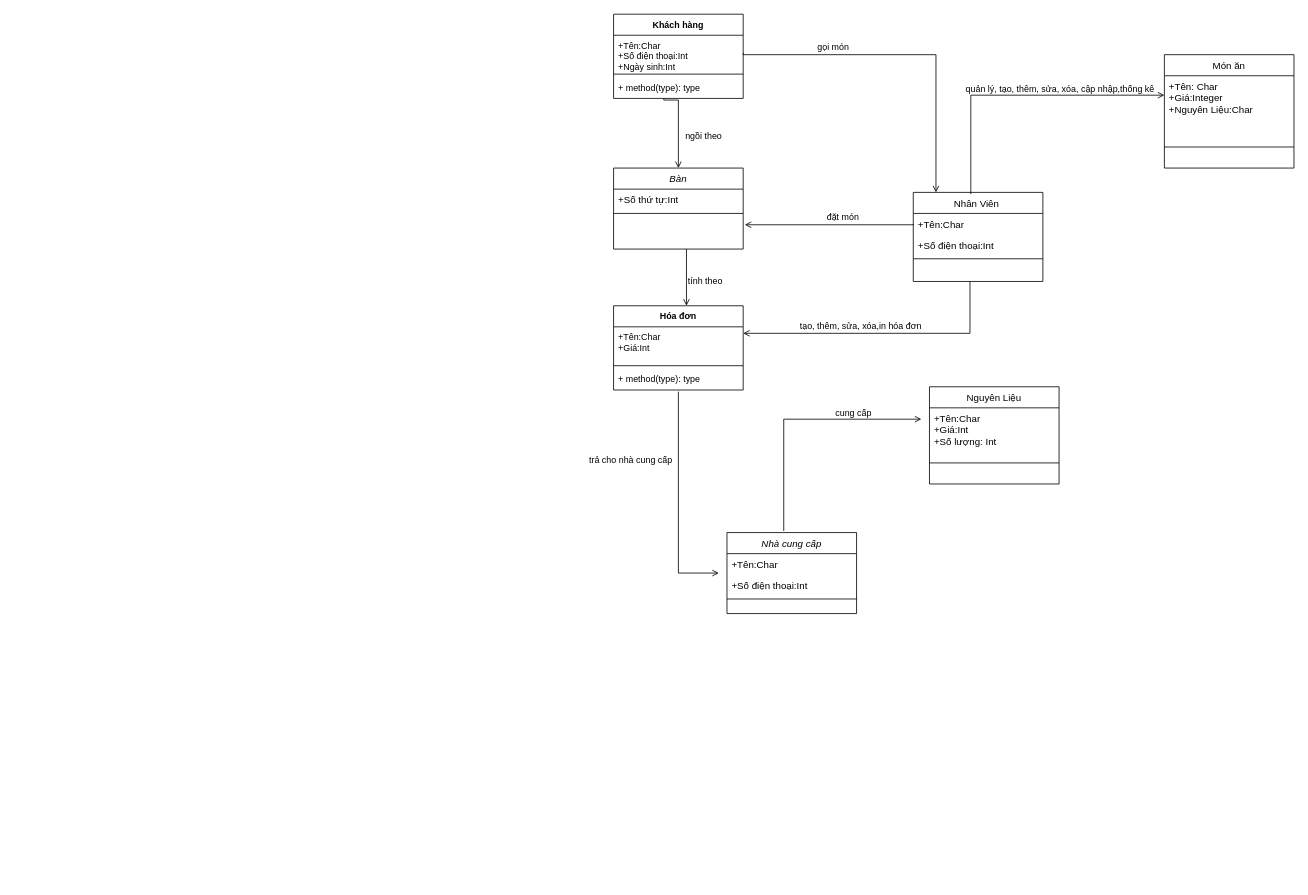
The draw.io diagram Untitled Diagram.drawio in ducvo177/Calculator, before the edit. Source tidied: cells renumbered, new cells numbered last; positions are measured from the earlier drawing's top-left corner, leaving out a move shared by most shapes. Both pictures are drawn from the tidied source at 81%, with x=0, y=0 at pixel (420, -164).
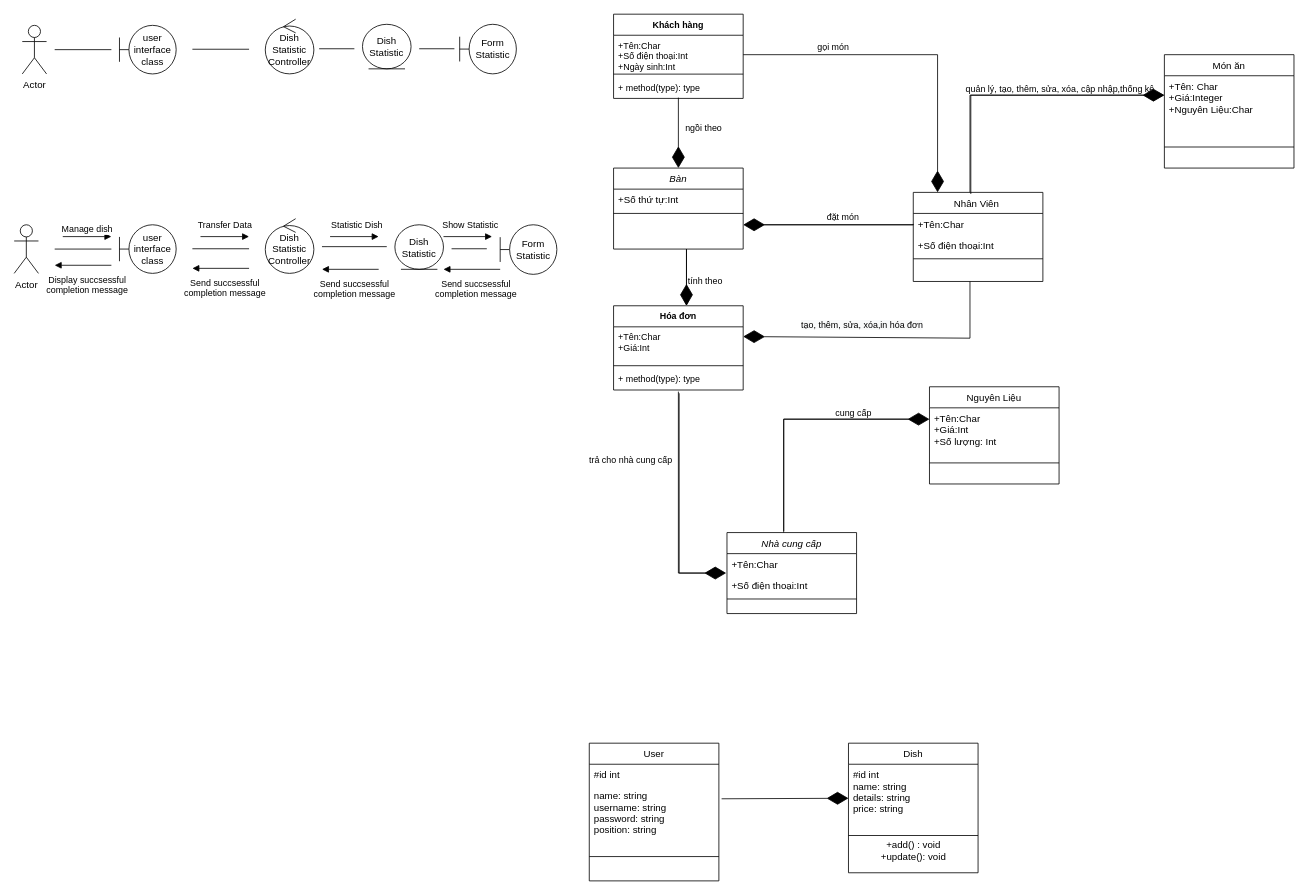
The same diagram, later.

The change refers to these unchanged cells:
```xml
<mxCell id="2" value="Nhân Viên &#10;" style="swimlane;fontStyle=0;align=center;verticalAlign=top;horizontal=1;startSize=26;rounded=0;shadow=0;strokeWidth=1;" parent="1" vertex="1">
  <mxGeometry x="608" y="440" width="160" height="110" as="geometry" />
</mxCell>
<mxCell id="7" value="+Tên:Char&#10;+Giá:Int&#10;+Số lượng: Int" style="text;align=left;verticalAlign=top;spacingLeft=4;spacingRight=4;overflow=hidden;points=[[0,0.5],[1,0.5]];portConstraint=eastwest;" parent="6" vertex="1">
  <mxGeometry y="26" width="160" height="54" as="geometry" />
</mxCell>
<mxCell id="17" value="+Tên:Char" style="text;align=left;verticalAlign=top;spacingLeft=4;spacingRight=4;overflow=hidden;points=[[0,0.5],[1,0.5]];portConstraint=eastwest;" parent="16" vertex="1">
  <mxGeometry y="26" width="160" height="26" as="geometry" />
</mxCell>
<mxCell id="25" value="+Tên:Char&#10;+Giá:Int&#10;" style="text;strokeColor=none;fillColor=none;align=left;verticalAlign=top;spacingLeft=4;spacingRight=4;overflow=hidden;points=[[0,0.5],[1,0.5]];portConstraint=eastwest;fontSize=11;" parent="24" vertex="1">
  <mxGeometry y="26" width="160" height="44" as="geometry" />
</mxCell>
<mxCell id="27" value="+ method(type): type" style="text;strokeColor=none;fillColor=none;align=left;verticalAlign=top;spacingLeft=4;spacingRight=4;overflow=hidden;points=[[0,0.5],[1,0.5]];portConstraint=eastwest;fontSize=11;" parent="24" vertex="1">
  <mxGeometry y="78" width="160" height="26" as="geometry" />
</mxCell>
<mxCell id="29" value="+Tên:Char&#10;+Số điện thoại:Int&#10;+Ngày sinh:Int" style="text;strokeColor=none;fillColor=none;align=left;verticalAlign=top;spacingLeft=4;spacingRight=4;overflow=hidden;points=[[0,0.5],[1,0.5]];portConstraint=eastwest;fontSize=11;" parent="28" vertex="1">
  <mxGeometry y="26" width="160" height="44" as="geometry" />
</mxCell>
<mxCell id="31" value="+ method(type): type" style="text;strokeColor=none;fillColor=none;align=left;verticalAlign=top;spacingLeft=4;spacingRight=4;overflow=hidden;points=[[0,0.5],[1,0.5]];portConstraint=eastwest;fontSize=11;" parent="28" vertex="1">
  <mxGeometry y="78" width="160" height="26" as="geometry" />
</mxCell>
<mxCell id="35" value="Bàn" style="swimlane;fontStyle=2;align=center;verticalAlign=top;horizontal=1;startSize=26;rounded=0;shadow=0;strokeWidth=1;" parent="1" vertex="1">
  <mxGeometry x="238" y="410" width="160" height="100" as="geometry" />
</mxCell>
```

Change to the diagram source:
```diff
@@
-    <mxCell id="32" style="endArrow=open;shadow=0;strokeWidth=1;rounded=0;endFill=1;edgeStyle=elbowEdgeStyle;elbow=vertical;exitX=1;exitY=0.5;exitDx=0;exitDy=0;entryX=0.175;entryY=0;entryDx=0;entryDy=0;entryPerimeter=0;" parent="1" edge="1" source="29" target="2">
-      <mxGeometry x="0.5" y="41" relative="1" as="geometry">
-        <Array as="points">
-          <mxPoint x="488" y="270" />
-          <mxPoint x="378" y="270" />
-          <mxPoint x="98" />
-          <mxPoint x="118" />
-        </Array>
-        <mxPoint x="-40" y="32" as="offset" />
-      </mxGeometry>
-    </mxCell>
-    <mxCell id="33" style="align=left;verticalAlign=bottom;labelBackgroundColor=none;fontSize=12;" parent="32" vertex="1">
-      <mxGeometry x="-1" relative="1" as="geometry">
-        <mxPoint y="4" as="offset" />
-      </mxGeometry>
-    </mxCell>
-    <mxCell id="34" style="align=right;verticalAlign=bottom;labelBackgroundColor=none;fontSize=12;" parent="32" vertex="1">
-      <mxGeometry x="1" relative="1" as="geometry">
-        <mxPoint x="-7" y="4" as="offset" />
-      </mxGeometry>
-    </mxCell>
@@
-    <mxCell id="42" style="endArrow=open;shadow=0;strokeWidth=1;rounded=0;endFill=1;edgeStyle=elbowEdgeStyle;elbow=vertical;" parent="1" edge="1">
-      <mxGeometry x="0.5" y="41" relative="1" as="geometry">
-        <mxPoint x="678" y="550" as="sourcePoint" />
-        <mxPoint x="398" y="614" as="targetPoint" />
-        <Array as="points">
-          <mxPoint x="508" y="614" />
-        </Array>
-        <mxPoint x="-40" y="32" as="offset" />
-      </mxGeometry>
-    </mxCell>
-    <mxCell id="43" style="align=left;verticalAlign=bottom;labelBackgroundColor=none;fontSize=12;" parent="42" vertex="1">
-      <mxGeometry x="-1" relative="1" as="geometry">
-        <mxPoint y="4" as="offset" />
-      </mxGeometry>
-    </mxCell>
-    <mxCell id="44" style="align=right;verticalAlign=bottom;labelBackgroundColor=none;fontSize=12;" parent="42" vertex="1">
-      <mxGeometry x="1" relative="1" as="geometry">
-        <mxPoint x="-7" y="4" as="offset" />
-      </mxGeometry>
-    </mxCell>
-    <mxCell id="45" value="&lt;span class=&quot;fontstyle21&quot;&gt;&lt;span style=&quot;line-height: 115%&quot;&gt;&lt;font style=&quot;font-size: 11px&quot;&gt;tạo, thêm, sửa, xóa,in hóa đơn&lt;/font&gt;&lt;/span&gt;&lt;/span&gt;" style="text;html=1;align=center;verticalAlign=middle;labelBackgroundColor=none;rounded=0;shadow=0;strokeWidth=1;fontSize=12;" parent="42" vertex="1">
-      <mxGeometry x="0.5" y="49" relative="1" as="geometry">
-        <mxPoint x="58" y="-59" as="offset" />
-      </mxGeometry>
-    </mxCell>
@@
-    <mxCell id="47" style="endArrow=open;shadow=0;strokeWidth=1;rounded=0;endFill=1;edgeStyle=elbowEdgeStyle;elbow=vertical;exitX=1;exitY=0.5;exitDx=0;exitDy=0;entryX=0.5;entryY=0;entryDx=0;entryDy=0;" parent="1" edge="1" target="35">
-      <mxGeometry x="0.5" y="41" relative="1" as="geometry">
-        <mxPoint x="300" y="324" as="sourcePoint" />
-        <Array as="points">
-          <mxPoint x="390" y="326" />
-          <mxPoint x="280" y="326" />
-          <mxPoint y="56" />
-          <mxPoint x="20" y="56" />
-        </Array>
-        <mxPoint x="-40" y="32" as="offset" />
-      </mxGeometry>
-    </mxCell>
-    <mxCell id="48" style="align=left;verticalAlign=bottom;labelBackgroundColor=none;fontSize=12;" parent="47" vertex="1">
-      <mxGeometry x="-1" relative="1" as="geometry">
-        <mxPoint y="4" as="offset" />
-      </mxGeometry>
-    </mxCell>
-    <mxCell id="49" style="align=right;verticalAlign=bottom;labelBackgroundColor=none;fontSize=12;" parent="47" vertex="1">
-      <mxGeometry x="1" relative="1" as="geometry">
-        <mxPoint x="-7" y="4" as="offset" />
-      </mxGeometry>
-    </mxCell>
-    <mxCell id="50" value="&lt;span style=&quot;font-size: 11px&quot;&gt;ngồi theo&lt;/span&gt;" style="text;html=1;align=center;verticalAlign=middle;labelBackgroundColor=none;rounded=0;shadow=0;strokeWidth=1;fontSize=12;" parent="47" vertex="1">
-      <mxGeometry x="0.5" y="49" relative="1" as="geometry">
-        <mxPoint x="-19" y="-14" as="offset" />
-      </mxGeometry>
-    </mxCell>
@@
+    <mxCell id="59" value="Actor" style="shape=umlActor;verticalLabelPosition=bottom;verticalAlign=top;html=1;" parent="1" vertex="1">
+      <mxGeometry x="-502" y="480" width="30" height="60" as="geometry" />
+    </mxCell>
+    <mxCell id="60" style="endArrow=diamondThin;endFill=1;endSize=24;html=1;rounded=0;" parent="1" edge="1">
+      <mxGeometry relative="1" as="geometry">
+        <mxPoint x="398" y="270" as="sourcePoint" />
+        <mxPoint x="638" y="440" as="targetPoint" />
+        <Array as="points">
+          <mxPoint x="638" y="270" />
+        </Array>
+      </mxGeometry>
+    </mxCell>
+    <mxCell id="61" style="endArrow=diamondThin;endFill=1;endSize=24;html=1;rounded=0;" parent="1" edge="1">
+      <mxGeometry relative="1" as="geometry">
+        <mxPoint x="678" y="440" as="sourcePoint" />
+        <mxPoint x="918" y="320" as="targetPoint" />
+        <Array as="points">
+          <mxPoint x="678" y="320" />
+        </Array>
+      </mxGeometry>
+    </mxCell>
+    <mxCell id="62" style="endArrow=diamondThin;endFill=1;endSize=24;html=1;rounded=0;" parent="1" edge="1">
+      <mxGeometry relative="1" as="geometry">
+        <mxPoint x="328" y="510" as="sourcePoint" />
+        <mxPoint x="328" y="580" as="targetPoint" />
+      </mxGeometry>
+    </mxCell>
+    <mxCell id="63" style="endArrow=diamondThin;endFill=1;endSize=24;html=1;rounded=0;exitX=0.506;exitY=1.154;exitDx=0;exitDy=0;exitPerimeter=0;entryX=-0.006;entryY=0.923;entryDx=0;entryDy=0;entryPerimeter=0;" parent="1" edge="1" source="27" target="17">
+      <mxGeometry relative="1" as="geometry">
+        <Array as="points">
+          <mxPoint x="319" y="910" />
+        </Array>
+      </mxGeometry>
+    </mxCell>
+    <mxCell id="64" style="endArrow=diamondThin;endFill=1;endSize=24;html=1;rounded=0;entryX=1;entryY=0.273;entryDx=0;entryDy=0;entryPerimeter=0;" parent="1" edge="1" target="25">
+      <mxGeometry relative="1" as="geometry">
+        <mxPoint x="678" y="550" as="sourcePoint" />
+        <Array as="points">
+          <mxPoint x="678" y="620" />
+        </Array>
+      </mxGeometry>
+    </mxCell>
+    <mxCell id="45" value="&lt;span style=&quot;color: rgb(0, 0, 0); font-family: Helvetica; font-size: 11px; font-style: normal; font-variant-ligatures: normal; font-variant-caps: normal; font-weight: 400; letter-spacing: normal; orphans: 2; text-align: center; text-indent: 0px; text-transform: none; widows: 2; word-spacing: 0px; -webkit-text-stroke-width: 0px; background-color: rgb(248, 249, 250); text-decoration-thickness: initial; text-decoration-style: initial; text-decoration-color: initial; float: none; display: inline !important;&quot;&gt;tạo, thêm, sửa, xóa,in hóa đơn&lt;/span&gt;" style="text;whiteSpace=wrap;html=1;" parent="1" vertex="1">
+      <mxGeometry x="468" y="590" width="180" height="30" as="geometry" />
+    </mxCell>
+    <mxCell id="65" style="endArrow=diamondThin;endFill=1;endSize=24;html=1;rounded=0;" parent="1" edge="1">
+      <mxGeometry relative="1" as="geometry">
+        <mxPoint x="608" y="480" as="sourcePoint" />
+        <mxPoint x="398" y="480" as="targetPoint" />
+      </mxGeometry>
+    </mxCell>
+    <mxCell id="66" style="endArrow=diamondThin;endFill=1;endSize=24;html=1;rounded=0;entryX=0;entryY=0.259;entryDx=0;entryDy=0;entryPerimeter=0;" parent="1" edge="1" target="7">
+      <mxGeometry relative="1" as="geometry">
+        <mxPoint x="448" y="860" as="sourcePoint" />
+        <Array as="points">
+          <mxPoint x="448" y="720" />
+        </Array>
+      </mxGeometry>
+    </mxCell>
+    <mxCell id="67" style="endArrow=diamondThin;endFill=1;endSize=24;html=1;rounded=0;exitX=0.5;exitY=0.962;exitDx=0;exitDy=0;exitPerimeter=0;" parent="1" edge="1" source="31" target="35">
+      <mxGeometry relative="1" as="geometry" />
+    </mxCell>
+    <mxCell id="50" value="&lt;span style=&quot;font-size: 11px&quot;&gt;ngồi theo&lt;/span&gt;" style="text;html=1;align=center;verticalAlign=middle;labelBackgroundColor=none;rounded=0;shadow=0;strokeWidth=1;fontSize=12;" parent="1" vertex="1">
+      <mxGeometry x="348" y="360" as="geometry" />
+    </mxCell>
+    <mxCell id="68" value="User" style="swimlane;fontStyle=0;align=center;verticalAlign=top;horizontal=1;startSize=26;rounded=0;shadow=0;strokeWidth=1;" parent="1" vertex="1">
+      <mxGeometry x="208" y="1120" width="160" height="170" as="geometry" />
+    </mxCell>
+    <mxCell id="69" value="#id int    " style="text;align=left;verticalAlign=top;spacingLeft=4;spacingRight=4;overflow=hidden;" parent="68" vertex="1">
+      <mxGeometry y="26" width="160" height="26" as="geometry" />
+    </mxCell>
+    <mxCell id="70" value="name: string&#10;username: string&#10;password: string    &#10;position: string" style="text;align=left;verticalAlign=top;spacingLeft=4;spacingRight=4;overflow=hidden;points=[[0,0.5],[1,0.5]];portConstraint=eastwest;rounded=0;shadow=0;html=0;" parent="68" vertex="1">
+      <mxGeometry y="52" width="160" height="68" as="geometry" />
+    </mxCell>
+    <mxCell id="71" style="line;html=1;strokeWidth=1;align=left;verticalAlign=middle;spacingTop=-1;spacingLeft=3;spacingRight=3;labelPosition=right;" parent="68" vertex="1">
+      <mxGeometry y="120" width="160" height="40" as="geometry" />
+    </mxCell>
+    <mxCell id="72" value="Dish" style="swimlane;fontStyle=0;align=center;verticalAlign=top;horizontal=1;startSize=26;rounded=0;shadow=0;strokeWidth=1;" parent="1" vertex="1">
+      <mxGeometry x="528" y="1120" width="160" height="160" as="geometry" />
+    </mxCell>
+    <mxCell id="73" value="#id int   &#10;name: string&#10;details: string&#10;price: string&#10;&#10;" style="text;align=left;verticalAlign=top;spacingLeft=4;spacingRight=4;overflow=hidden;points=[[0,0.5],[1,0.5]];portConstraint=eastwest;" parent="72" vertex="1">
+      <mxGeometry y="26" width="160" height="84" as="geometry" />
+    </mxCell>
+    <mxCell id="74" style="line;html=1;strokeWidth=1;align=left;verticalAlign=middle;spacingTop=-1;spacingLeft=3;spacingRight=3;labelPosition=right;" parent="72" vertex="1">
+      <mxGeometry y="110" width="160" height="8" as="geometry" />
+    </mxCell>
+    <mxCell id="75" value="+add() : void&lt;br&gt;+update(): void" style="text;html=1;align=center;verticalAlign=middle;strokeColor=none;fillColor=none;" parent="72" vertex="1">
+      <mxGeometry y="118" width="160" height="30" as="geometry" />
+    </mxCell>
+    <mxCell id="76" style="endArrow=diamondThin;endFill=1;endSize=24;html=1;rounded=0;entryX=0;entryY=0.5;entryDx=0;entryDy=0;exitX=1.021;exitY=0.245;exitDx=0;exitDy=0;exitPerimeter=0;" parent="1" edge="1" source="70" target="73">
+      <mxGeometry relative="1" as="geometry" />
+    </mxCell>
+    <mxCell id="77" value="user interface&lt;br&gt;class" style="shape=umlBoundary;whiteSpace=wrap;html=1;" parent="1" vertex="1">
+      <mxGeometry x="-372" y="480" width="70" height="60" as="geometry" />
+    </mxCell>
+    <mxCell id="78" value="Dish&lt;br&gt;Statistic&lt;br&gt;Controller" style="ellipse;shape=umlControl;whiteSpace=wrap;html=1;" parent="1" vertex="1">
+      <mxGeometry x="-192" y="472.5" width="60" height="67.5" as="geometry" />
+    </mxCell>
+    <mxCell id="79" value="Form&lt;br&gt;Statistic" style="shape=umlBoundary;whiteSpace=wrap;html=1;" parent="1" vertex="1">
+      <mxGeometry x="98" y="480" width="70" height="61.2" as="geometry" />
+    </mxCell>
+    <mxCell id="80" style="endArrow=none;html=1;rounded=0;" parent="1" edge="1">
+      <mxGeometry relative="1" as="geometry">
+        <mxPoint x="-452" y="510" as="sourcePoint" />
+        <mxPoint x="-382" y="510" as="targetPoint" />
+      </mxGeometry>
+    </mxCell>
+    <mxCell id="81" style="endArrow=none;html=1;rounded=0;" parent="1" edge="1">
+      <mxGeometry relative="1" as="geometry">
+        <mxPoint x="-282" y="509.6" as="sourcePoint" />
+        <mxPoint x="-212" y="509.6" as="targetPoint" />
+      </mxGeometry>
+    </mxCell>
+    <mxCell id="82" style="endArrow=none;html=1;rounded=0;" parent="1" edge="1">
+      <mxGeometry relative="1" as="geometry">
+        <mxPoint x="-122" y="507" as="sourcePoint" />
+        <mxPoint x="-42" y="507" as="targetPoint" />
+      </mxGeometry>
+    </mxCell>
+    <mxCell id="83" value="Dish&lt;br&gt;Statistic" style="ellipse;shape=umlEntity;whiteSpace=wrap;html=1;" parent="1" vertex="1">
+      <mxGeometry x="-32" y="480" width="60" height="55" as="geometry" />
+    </mxCell>
+    <mxCell id="84" style="endArrow=none;html=1;rounded=0;" parent="1" edge="1">
+      <mxGeometry relative="1" as="geometry">
+        <mxPoint x="38" y="509.6" as="sourcePoint" />
+        <mxPoint x="81.5" y="509.6" as="targetPoint" />
+      </mxGeometry>
+    </mxCell>
+    <mxCell id="85" value="Actor" style="shape=umlActor;verticalLabelPosition=bottom;verticalAlign=top;html=1;" parent="1" vertex="1">
+      <mxGeometry x="-492" y="233.8" width="30" height="60" as="geometry" />
+    </mxCell>
+    <mxCell id="86" value="user interface&lt;br&gt;class" style="shape=umlBoundary;whiteSpace=wrap;html=1;" parent="1" vertex="1">
+      <mxGeometry x="-372" y="233.8" width="70" height="60" as="geometry" />
+    </mxCell>
+    <mxCell id="87" value="Dish&lt;br&gt;Statistic&lt;br&gt;Controller" style="ellipse;shape=umlControl;whiteSpace=wrap;html=1;" parent="1" vertex="1">
+      <mxGeometry x="-192" y="226.2" width="60" height="67.5" as="geometry" />
+    </mxCell>
+    <mxCell id="88" value="Form&lt;br&gt;Statistic" style="shape=umlBoundary;whiteSpace=wrap;html=1;" parent="1" vertex="1">
+      <mxGeometry x="48" y="232.5" width="70" height="61.2" as="geometry" />
+    </mxCell>
+    <mxCell id="89" style="endArrow=none;html=1;rounded=0;" parent="1" edge="1">
+      <mxGeometry relative="1" as="geometry">
+        <mxPoint x="-452" y="263.8" as="sourcePoint" />
+        <mxPoint x="-382" y="263.8" as="targetPoint" />
+      </mxGeometry>
+    </mxCell>
+    <mxCell id="90" style="endArrow=none;html=1;rounded=0;" parent="1" edge="1">
+      <mxGeometry relative="1" as="geometry">
+        <mxPoint x="-282" y="263.3" as="sourcePoint" />
+        <mxPoint x="-212" y="263.3" as="targetPoint" />
+      </mxGeometry>
+    </mxCell>
+    <mxCell id="91" style="endArrow=none;html=1;rounded=0;" parent="1" edge="1">
+      <mxGeometry relative="1" as="geometry">
+        <mxPoint x="-125.5" y="262.7" as="sourcePoint" />
+        <mxPoint x="-82" y="262.7" as="targetPoint" />
+      </mxGeometry>
+    </mxCell>
+    <mxCell id="92" value="Dish&lt;br&gt;Statistic" style="ellipse;shape=umlEntity;whiteSpace=wrap;html=1;" parent="1" vertex="1">
+      <mxGeometry x="-72" y="232.5" width="60" height="55" as="geometry" />
+    </mxCell>
+    <mxCell id="93" style="endArrow=none;html=1;rounded=0;" parent="1" edge="1">
+      <mxGeometry relative="1" as="geometry">
+        <mxPoint x="-2" y="262.7" as="sourcePoint" />
+        <mxPoint x="41.5" y="262.7" as="targetPoint" />
+      </mxGeometry>
+    </mxCell>
+    <mxCell id="94" value="Manage dish" style="html=1;verticalAlign=bottom;endArrow=block;rounded=0;" parent="1" edge="1">
+      <mxGeometry relative="1" as="geometry">
+        <mxPoint x="-442" y="494.6" as="sourcePoint" />
+        <mxPoint x="-382" y="494.6" as="targetPoint" />
+      </mxGeometry>
+    </mxCell>
+    <mxCell id="95" value="Display succsessful&lt;br&gt;completion message" style="html=1;verticalAlign=bottom;endArrow=block;rounded=0;" parent="1" edge="1">
+      <mxGeometry x="-0.14" y="40" relative="1" as="geometry">
+        <mxPoint x="-382" y="530" as="sourcePoint" />
+        <mxPoint x="-452" y="530" as="targetPoint" />
+      </mxGeometry>
+    </mxCell>
+    <mxCell id="96" value="Transfer Data" style="html=1;verticalAlign=bottom;endArrow=block;rounded=0;" parent="1" edge="1">
+      <mxGeometry y="5" relative="1" as="geometry">
+        <mxPoint x="-272" y="494.6" as="sourcePoint" />
+        <mxPoint x="-212" y="494.6" as="targetPoint" />
+      </mxGeometry>
+    </mxCell>
+    <mxCell id="97" value="Send succsessful&lt;br&gt;completion message" style="html=1;verticalAlign=bottom;endArrow=block;rounded=0;" parent="1" edge="1">
+      <mxGeometry x="-0.14" y="40" relative="1" as="geometry">
+        <mxPoint x="-212" y="533.8" as="sourcePoint" />
+        <mxPoint x="-282" y="533.8" as="targetPoint" />
+      </mxGeometry>
+    </mxCell>
+    <mxCell id="98" value="Statistic Dish" style="html=1;verticalAlign=bottom;endArrow=block;rounded=0;" parent="1" edge="1">
+      <mxGeometry x="0.1" y="5" relative="1" as="geometry">
+        <mxPoint x="-112" y="494.6" as="sourcePoint" />
+        <mxPoint x="-52" y="494.6" as="targetPoint" />
+      </mxGeometry>
+    </mxCell>
+    <mxCell id="99" value="Send succsessful&lt;br&gt;completion message" style="html=1;verticalAlign=bottom;endArrow=block;rounded=0;" parent="1" edge="1">
+      <mxGeometry x="-0.14" y="40" relative="1" as="geometry">
+        <mxPoint x="-52" y="535" as="sourcePoint" />
+        <mxPoint x="-122" y="535" as="targetPoint" />
+      </mxGeometry>
+    </mxCell>
+    <mxCell id="100" value="Show Statistic" style="html=1;verticalAlign=bottom;endArrow=block;rounded=0;" parent="1" edge="1">
+      <mxGeometry x="0.1" y="5" relative="1" as="geometry">
+        <mxPoint x="28" y="494.6" as="sourcePoint" />
+        <mxPoint x="88" y="494.6" as="targetPoint" />
+      </mxGeometry>
+    </mxCell>
+    <mxCell id="101" value="Send succsessful&lt;br&gt;completion message" style="html=1;verticalAlign=bottom;endArrow=block;rounded=0;" parent="1" edge="1">
+      <mxGeometry x="-0.14" y="40" relative="1" as="geometry">
+        <mxPoint x="98" y="535" as="sourcePoint" />
+        <mxPoint x="28" y="535" as="targetPoint" />
+      </mxGeometry>
+    </mxCell>
```
